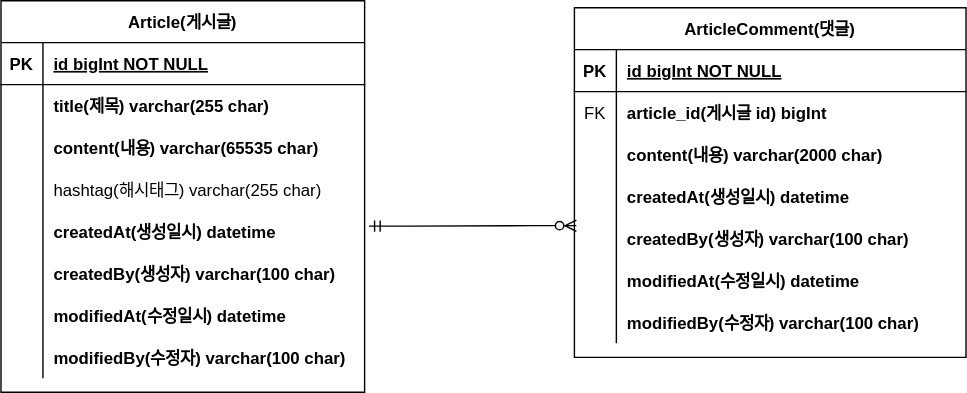
Before: document/project-board-erd.svg, a diagram exported from draw.io (SeungHeeNoh/fastcampus-project-board). Source tidied: cells renumbered, new cells last; positions are measured from the earlier drawing's top-left corner, leaving out a move shared by most shapes.
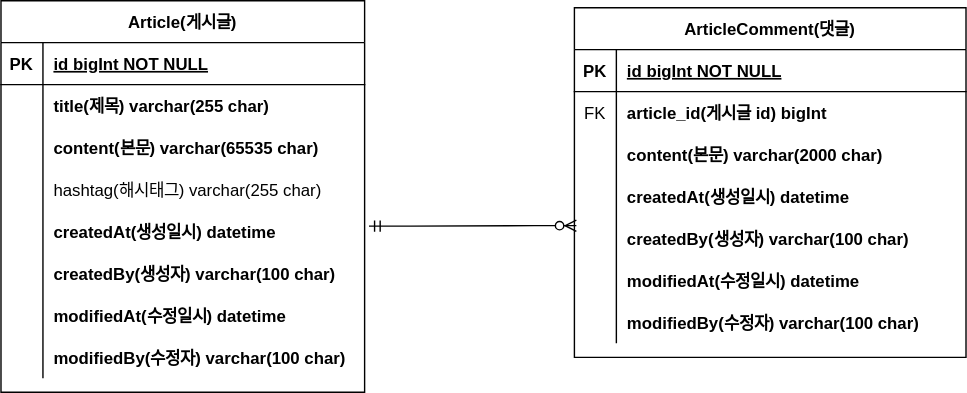
After the commit.

Commit message:
#8 -ERD 주석 업데이트 : project-board-erd.svg

What changed in the source:
```diff
@@ -29,7 +29,7 @@
     <mxCell id="10" style="shape=partialRectangle;overflow=hidden;fillColor=none;top=0;left=0;bottom=0;right=0;" parent="9" vertex="1">
       <mxGeometry width="30" height="30" as="geometry" />
     </mxCell>
-    <mxCell id="11" value="content(내용) varchar(2000 char)" style="shape=partialRectangle;overflow=hidden;fillColor=none;top=0;left=0;bottom=0;right=0;align=left;spacingLeft=6;fontStyle=1;" parent="9" vertex="1">
+    <mxCell id="11" value="content(본문) varchar(2000 char)" style="shape=partialRectangle;overflow=hidden;fillColor=none;top=0;left=0;bottom=0;right=0;align=left;spacingLeft=6;fontStyle=1;" parent="9" vertex="1">
       <mxGeometry x="30" width="250" height="30" as="geometry" />
     </mxCell>
     <mxCell id="12" style="shape=partialRectangle;fillColor=none;top=0;left=0;right=0;bottom=0;" parent="2" vertex="1">
@@ -95,7 +95,7 @@
     <mxCell id="32" style="shape=partialRectangle;overflow=hidden;fillColor=none;top=0;left=0;bottom=0;right=0;" parent="31" vertex="1">
       <mxGeometry width="30" height="30" as="geometry" />
     </mxCell>
-    <mxCell id="33" value="content(내용) varchar(65535 char)" style="shape=partialRectangle;overflow=hidden;fillColor=none;top=0;left=0;bottom=0;right=0;align=left;spacingLeft=6;fontStyle=1;" parent="31" vertex="1">
+    <mxCell id="33" value="content(본문) varchar(65535 char)" style="shape=partialRectangle;overflow=hidden;fillColor=none;top=0;left=0;bottom=0;right=0;align=left;spacingLeft=6;fontStyle=1;" parent="31" vertex="1">
       <mxGeometry x="30" width="230" height="30" as="geometry" />
     </mxCell>
     <mxCell id="34" style="shape=partialRectangle;fillColor=none;top=0;left=0;right=0;bottom=0;" parent="24" vertex="1">
```
